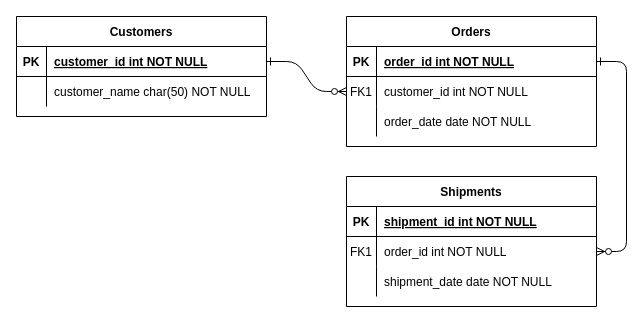
Earlier version of the draw.io diagram page "Page-1" (1 of 5) of Diagrama sin título.drawio (Mich898/BD-Ability-Talk). Source tidied: cells renumbered, new cells numbered last; positions are measured from the earlier drawing's top-left corner, leaving out a move shared by most shapes. Both pictures are drawn from the tidied source at 100%, with x=0, y=0 at pixel (16, 16).
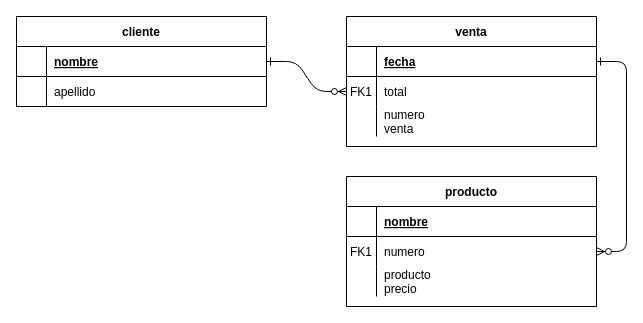
The same diagram, later.

Commit message:
modelo relacional

The change refers to these unchanged cells:
```xml
<mxCell id="5" style="shape=partialRectangle;fillColor=none;points=[[0,0.5],[1,0.5]];portConstraint=eastwest;top=0;left=0;right=0;bottom=1;" parent="4" vertex="1">
  <mxGeometry y="30" width="250" height="30" as="geometry" />
</mxCell>
<mxCell id="8" style="shape=partialRectangle;fillColor=none;points=[[0,0.5],[1,0.5]];portConstraint=eastwest;top=0;left=0;right=0;bottom=0;" parent="4" vertex="1">
  <mxGeometry y="60" width="250" height="30" as="geometry" />
</mxCell>
<mxCell id="11" style="shape=partialRectangle;fillColor=none;top=0;left=0;right=0;bottom=0;" parent="4" vertex="1">
  <mxGeometry y="90" width="250" height="30" as="geometry" />
</mxCell>
<mxCell id="15" style="shape=partialRectangle;fillColor=none;top=0;left=0;right=0;bottom=1;" parent="14" vertex="1">
  <mxGeometry y="30" width="250" height="30" as="geometry" />
</mxCell>
<mxCell id="18" style="shape=partialRectangle;fillColor=none;points=[[0,0.5],[1,0.5]];portConstraint=eastwest;top=0;left=0;right=0;bottom=0;" parent="14" vertex="1">
  <mxGeometry y="60" width="250" height="30" as="geometry" />
</mxCell>
<mxCell id="21" style="shape=partialRectangle;fillColor=none;top=0;left=0;right=0;bottom=0;" parent="14" vertex="1">
  <mxGeometry y="90" width="250" height="30" as="geometry" />
</mxCell>
<mxCell id="25" style="shape=partialRectangle;fillColor=none;points=[[0,0.5],[1,0.5]];portConstraint=eastwest;top=0;left=0;right=0;bottom=1;" parent="24" vertex="1">
  <mxGeometry y="30" width="250" height="30" as="geometry" />
</mxCell>
<mxCell id="28" style="shape=partialRectangle;fillColor=none;top=0;left=0;right=0;bottom=0;" parent="24" vertex="1">
  <mxGeometry y="60" width="250" height="30" as="geometry" />
</mxCell>
```

What changed in the source:
```diff
@@
-    <mxCell id="4" value="Orders" style="shape=table;startSize=30;childLayout=tableLayout;rowLines=0;fontStyle=1;align=center;" parent="1" vertex="1">
+    <mxCell id="4" value="venta" style="shape=table;startSize=30;childLayout=tableLayout;rowLines=0;fontStyle=1;align=center;" parent="1" vertex="1">
       <mxGeometry x="330" width="250" height="130" as="geometry" />
     </mxCell>
@@
-    <mxCell id="6" value="PK" style="shape=partialRectangle;overflow=hidden;fillColor=none;top=0;left=0;bottom=0;right=0;fontStyle=1;" parent="5" vertex="1">
+    <mxCell id="6" style="shape=partialRectangle;overflow=hidden;fillColor=none;top=0;left=0;bottom=0;right=0;fontStyle=1;" parent="5" vertex="1">
       <mxGeometry width="30" height="30" as="geometry" />
     </mxCell>
-    <mxCell id="7" value="order_id int NOT NULL " style="shape=partialRectangle;overflow=hidden;fillColor=none;top=0;left=0;bottom=0;right=0;align=left;spacingLeft=6;fontStyle=5;" parent="5" vertex="1">
+    <mxCell id="7" value="fecha" style="shape=partialRectangle;overflow=hidden;fillColor=none;top=0;left=0;bottom=0;right=0;align=left;spacingLeft=6;fontStyle=5;" parent="5" vertex="1">
       <mxGeometry x="30" width="220" height="30" as="geometry" />
     </mxCell>
@@
-    <mxCell id="10" value="customer_id int NOT NULL" style="shape=partialRectangle;overflow=hidden;fillColor=none;top=0;left=0;bottom=0;right=0;align=left;spacingLeft=6;" parent="8" vertex="1">
+    <mxCell id="10" value="total" style="shape=partialRectangle;overflow=hidden;fillColor=none;top=0;left=0;bottom=0;right=0;align=left;spacingLeft=6;" parent="8" vertex="1">
       <mxGeometry x="30" width="220" height="30" as="geometry" />
     </mxCell>
@@
-    <mxCell id="13" value="order_date date NOT NULL" style="shape=partialRectangle;overflow=hidden;fillColor=none;top=0;left=0;bottom=0;right=0;align=left;spacingLeft=6;" parent="11" vertex="1">
+    <mxCell id="13" value="numero&#10;venta" style="shape=partialRectangle;overflow=hidden;fillColor=none;top=0;left=0;bottom=0;right=0;align=left;spacingLeft=6;" parent="11" vertex="1">
       <mxGeometry x="30" width="220" height="30" as="geometry" />
     </mxCell>
-    <mxCell id="14" value="Shipments" style="shape=table;startSize=30;childLayout=tableLayout;rowLines=0;fontStyle=1;align=center;" parent="1" vertex="1">
+    <mxCell id="14" value="producto" style="shape=table;startSize=30;childLayout=tableLayout;rowLines=0;fontStyle=1;align=center;" parent="1" vertex="1">
       <mxGeometry x="330" y="160" width="250" height="130" as="geometry" />
     </mxCell>
@@
-    <mxCell id="16" value="PK" style="shape=partialRectangle;overflow=hidden;fillColor=none;top=0;left=0;bottom=0;right=0;fontStyle=1;" parent="15" vertex="1">
+    <mxCell id="16" style="shape=partialRectangle;overflow=hidden;fillColor=none;top=0;left=0;bottom=0;right=0;fontStyle=1;" parent="15" vertex="1">
       <mxGeometry width="30" height="30" as="geometry" />
     </mxCell>
-    <mxCell id="17" value="shipment_id int NOT NULL " style="shape=partialRectangle;overflow=hidden;fillColor=none;top=0;left=0;bottom=0;right=0;align=left;spacingLeft=6;fontStyle=5;" parent="15" vertex="1">
+    <mxCell id="17" value="nombre" style="shape=partialRectangle;overflow=hidden;fillColor=none;top=0;left=0;bottom=0;right=0;align=left;spacingLeft=6;fontStyle=5;" parent="15" vertex="1">
       <mxGeometry x="30" width="220" height="30" as="geometry" />
     </mxCell>
@@
-    <mxCell id="20" value="order_id int NOT NULL" style="shape=partialRectangle;overflow=hidden;fillColor=none;top=0;left=0;bottom=0;right=0;align=left;spacingLeft=6;" parent="18" vertex="1">
+    <mxCell id="20" value="numero" style="shape=partialRectangle;overflow=hidden;fillColor=none;top=0;left=0;bottom=0;right=0;align=left;spacingLeft=6;" parent="18" vertex="1">
       <mxGeometry x="30" width="220" height="30" as="geometry" />
     </mxCell>
@@
-    <mxCell id="23" value="shipment_date date NOT NULL" style="shape=partialRectangle;overflow=hidden;fillColor=none;top=0;left=0;bottom=0;right=0;align=left;spacingLeft=6;" parent="21" vertex="1">
+    <mxCell id="23" value="producto&#10;precio" style="shape=partialRectangle;overflow=hidden;fillColor=none;top=0;left=0;bottom=0;right=0;align=left;spacingLeft=6;" parent="21" vertex="1">
       <mxGeometry x="30" width="220" height="30" as="geometry" />
     </mxCell>
-    <mxCell id="24" value="Customers" style="shape=table;startSize=30;childLayout=tableLayout;rowLines=0;fontStyle=1;align=center;" parent="1" vertex="1">
-      <mxGeometry width="250" height="100" as="geometry" />
+    <mxCell id="24" value="cliente" style="shape=table;startSize=30;childLayout=tableLayout;rowLines=0;fontStyle=1;align=center;" parent="1" vertex="1">
+      <mxGeometry width="250" height="90" as="geometry" />
     </mxCell>
@@
-    <mxCell id="26" value="PK" style="shape=partialRectangle;overflow=hidden;fillColor=none;top=0;left=0;bottom=0;right=0;fontStyle=1;" parent="25" vertex="1">
+    <mxCell id="26" style="shape=partialRectangle;overflow=hidden;fillColor=none;top=0;left=0;bottom=0;right=0;fontStyle=1;" parent="25" vertex="1">
       <mxGeometry width="30" height="30" as="geometry" />
     </mxCell>
-    <mxCell id="27" value="customer_id int NOT NULL " style="shape=partialRectangle;overflow=hidden;fillColor=none;top=0;left=0;bottom=0;right=0;align=left;spacingLeft=6;fontStyle=5;" parent="25" vertex="1">
+    <mxCell id="27" value="nombre" style="shape=partialRectangle;overflow=hidden;fillColor=none;top=0;left=0;bottom=0;right=0;align=left;spacingLeft=6;fontStyle=5;" parent="25" vertex="1">
       <mxGeometry x="30" width="220" height="30" as="geometry" />
     </mxCell>
@@
-    <mxCell id="30" value="customer_name char(50) NOT NULL" style="shape=partialRectangle;overflow=hidden;fillColor=none;top=0;left=0;bottom=0;right=0;align=left;spacingLeft=6;" parent="28" vertex="1">
+    <mxCell id="30" value="apellido" style="shape=partialRectangle;overflow=hidden;fillColor=none;top=0;left=0;bottom=0;right=0;align=left;spacingLeft=6;" parent="28" vertex="1">
       <mxGeometry x="30" width="220" height="30" as="geometry" />
     </mxCell>
```
